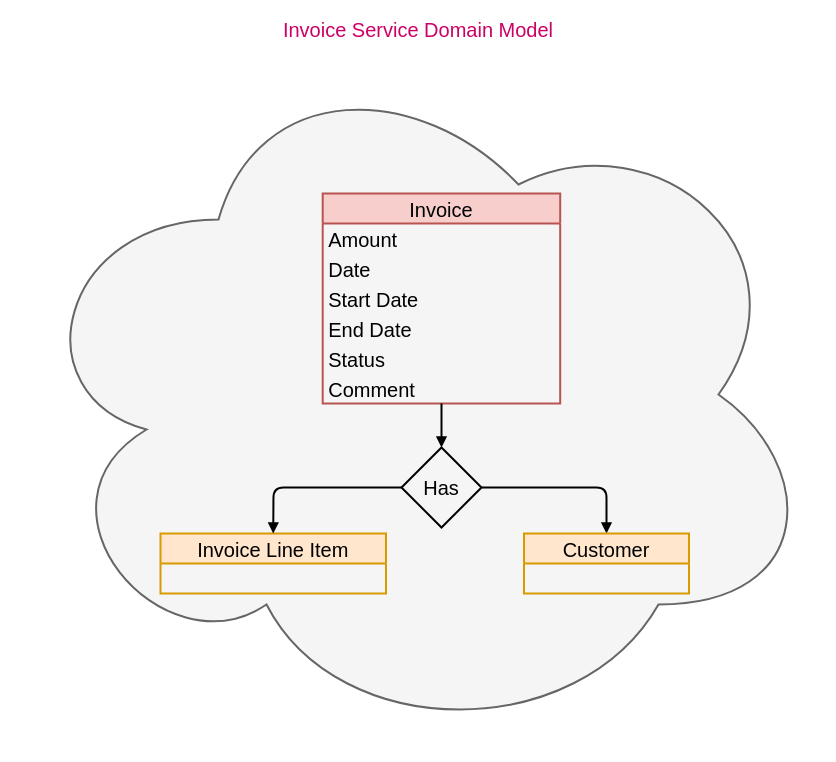
The draw.io diagram docs/diagram/invoice_service_domain_model.drawio in dudhwalas/dudhwala, before the edit. Source tidied: cells renumbered, new cells numbered last; positions are measured from the earlier drawing's top-left corner, leaving out a move shared by most shapes. Both pictures are drawn from the tidied source at 100%, with x=0, y=0 at pixel (18, 44).
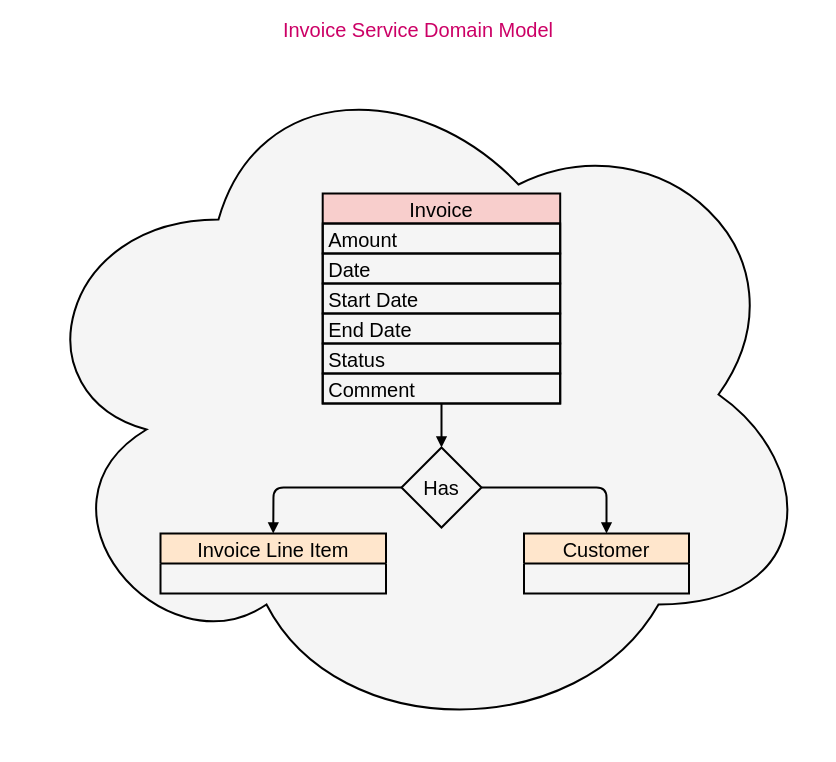
Above is the later version.

The edit, as a diff of the source:
```diff
@@
 <mxGraphModel>
   <root>
     <mxCell id="0" />
     <mxCell id="1" parent="0" />
-    <mxCell id="2" value="Invoice Service Domain Model" style="ellipse;shape=cloud;whiteSpace=wrap;html=1;fillColor=#f5f5f5;fontColor=#CC0066;strokeColor=#666666;strokeWidth=2;labelPosition=center;verticalLabelPosition=top;align=center;verticalAlign=bottom;fontSize=20;" parent="1" vertex="1">
+    <mxCell id="2" value="Invoice Service Domain Model" style="ellipse;shape=cloud;whiteSpace=wrap;html=1;fillColor=#f5f5f5;fontColor=#CC0066;strokeColor=#000000;strokeWidth=2;labelPosition=center;verticalLabelPosition=top;align=center;verticalAlign=bottom;fontSize=20;" parent="1" vertex="1">
       <mxGeometry width="800" height="700" as="geometry" />
     </mxCell>
-    <mxCell id="3" value="Invoice" style="swimlane;fontStyle=0;horizontal=1;startSize=30;fillColor=#f8cecc;strokeColor=#b85450;fontSize=20;strokeWidth=2;" parent="1" vertex="1">
+    <mxCell id="3" value="Invoice" style="swimlane;fontStyle=0;horizontal=1;startSize=30;fillColor=#f8cecc;strokeColor=#000000;fontSize=20;strokeWidth=2;" parent="1" vertex="1">
       <mxGeometry x="304.2" y="149" width="237.5" height="210" as="geometry" />
     </mxCell>
-    <mxCell id="4" value="Amount" style="text;strokeColor=none;fillColor=none;align=left;verticalAlign=middle;spacingLeft=4;spacingRight=4;overflow=hidden;fontSize=20;strokeWidth=2;" parent="3" vertex="1">
+    <mxCell id="4" value="Amount" style="text;strokeColor=#000000;fillColor=none;align=left;verticalAlign=middle;spacingLeft=4;spacingRight=4;overflow=hidden;fontSize=20;strokeWidth=2;" parent="3" vertex="1">
       <mxGeometry y="30" width="237.5" height="30" as="geometry" />
     </mxCell>
-    <mxCell id="5" value="Date" style="text;strokeColor=none;fillColor=none;align=left;verticalAlign=middle;spacingLeft=4;spacingRight=4;overflow=hidden;fontSize=20;strokeWidth=2;" parent="3" vertex="1">
+    <mxCell id="5" value="Date" style="text;strokeColor=#000000;fillColor=none;align=left;verticalAlign=middle;spacingLeft=4;spacingRight=4;overflow=hidden;fontSize=20;strokeWidth=2;" parent="3" vertex="1">
       <mxGeometry y="60" width="237.5" height="30" as="geometry" />
     </mxCell>
-    <mxCell id="6" value="Start Date" style="text;strokeColor=none;fillColor=none;align=left;verticalAlign=middle;spacingLeft=4;spacingRight=4;overflow=hidden;fontSize=20;strokeWidth=2;" parent="3" vertex="1">
+    <mxCell id="6" value="Start Date" style="text;strokeColor=#000000;fillColor=none;align=left;verticalAlign=middle;spacingLeft=4;spacingRight=4;overflow=hidden;fontSize=20;strokeWidth=2;" parent="3" vertex="1">
       <mxGeometry y="90" width="237.5" height="30" as="geometry" />
     </mxCell>
-    <mxCell id="7" value="End Date" style="text;strokeColor=none;fillColor=none;align=left;verticalAlign=middle;spacingLeft=4;spacingRight=4;overflow=hidden;fontSize=20;strokeWidth=2;" parent="3" vertex="1">
+    <mxCell id="7" value="End Date" style="text;strokeColor=#000000;fillColor=none;align=left;verticalAlign=middle;spacingLeft=4;spacingRight=4;overflow=hidden;fontSize=20;strokeWidth=2;" parent="3" vertex="1">
       <mxGeometry y="120" width="237.5" height="30" as="geometry" />
     </mxCell>
-    <mxCell id="8" value="Status" style="text;strokeColor=none;fillColor=none;align=left;verticalAlign=middle;spacingLeft=4;spacingRight=4;overflow=hidden;fontSize=20;strokeWidth=2;" parent="3" vertex="1">
+    <mxCell id="8" value="Status" style="text;strokeColor=#000000;fillColor=none;align=left;verticalAlign=middle;spacingLeft=4;spacingRight=4;overflow=hidden;fontSize=20;strokeWidth=2;" parent="3" vertex="1">
       <mxGeometry y="150" width="237.5" height="30" as="geometry" />
     </mxCell>
-    <mxCell id="9" value="Comment" style="text;strokeColor=none;fillColor=none;align=left;verticalAlign=middle;spacingLeft=4;spacingRight=4;overflow=hidden;fontSize=20;strokeWidth=2;" parent="3" vertex="1">
+    <mxCell id="9" value="Comment" style="text;strokeColor=#000000;fillColor=none;align=left;verticalAlign=middle;spacingLeft=4;spacingRight=4;overflow=hidden;fontSize=20;strokeWidth=2;" parent="3" vertex="1">
       <mxGeometry y="180" width="237.5" height="30" as="geometry" />
     </mxCell>
-    <mxCell id="10" value="Invoice Line Item" style="swimlane;fontStyle=0;horizontal=1;startSize=30;fillColor=#ffe6cc;strokeColor=#d79b00;fontSize=20;strokeWidth=2;" parent="1" vertex="1">
+    <mxCell id="10" value="Invoice Line Item" style="swimlane;fontStyle=0;horizontal=1;startSize=30;fillColor=#ffe6cc;strokeColor=#000000;fontSize=20;strokeWidth=2;" parent="1" vertex="1">
       <mxGeometry x="142" y="489" width="225.5" height="60" as="geometry" />
     </mxCell>
-    <mxCell id="11" style="edgeStyle=none;html=1;exitX=1;exitY=0.5;exitDx=0;exitDy=0;entryX=0.5;entryY=0;entryDx=0;entryDy=0;endArrow=block;endFill=1;strokeWidth=2;" parent="1" edge="1" source="12" target="15">
+    <mxCell id="11" style="edgeStyle=none;html=1;exitX=1;exitY=0.5;exitDx=0;exitDy=0;entryX=0.5;entryY=0;entryDx=0;entryDy=0;endArrow=block;endFill=1;strokeWidth=2;strokeColor=#000000;" parent="1" edge="1" source="12" target="15">
       <mxGeometry relative="1" as="geometry">
         <Array as="points">
           <mxPoint x="588" y="443" />
         </Array>
       </mxGeometry>
     </mxCell>
-    <mxCell id="12" value="Has" style="rhombus;whiteSpace=wrap;html=1;fontSize=20;fillColor=none;strokeWidth=2;" parent="1" vertex="1">
+    <mxCell id="12" value="Has" style="rhombus;whiteSpace=wrap;html=1;fontSize=20;fillColor=none;strokeWidth=2;strokeColor=#000000;" parent="1" vertex="1">
       <mxGeometry x="383" y="403" width="80" height="80" as="geometry" />
     </mxCell>
-    <mxCell id="13" style="edgeStyle=none;html=1;entryX=0.5;entryY=0;entryDx=0;entryDy=0;fontSize=20;endArrow=block;endFill=1;strokeWidth=2;" parent="1" edge="1" target="12">
+    <mxCell id="13" style="edgeStyle=none;html=1;entryX=0.5;entryY=0;entryDx=0;entryDy=0;fontSize=20;endArrow=block;endFill=1;strokeWidth=2;strokeColor=#000000;" parent="1" edge="1" target="12">
       <mxGeometry relative="1" as="geometry">
         <mxPoint x="423" y="359" as="sourcePoint" />
       </mxGeometry>
     </mxCell>
-    <mxCell id="14" style="edgeStyle=none;html=1;entryX=0.5;entryY=0;entryDx=0;entryDy=0;fontSize=20;endArrow=block;endFill=1;strokeWidth=2;exitX=0;exitY=0.5;exitDx=0;exitDy=0;" parent="1" edge="1" source="12" target="10">
+    <mxCell id="14" style="edgeStyle=none;html=1;entryX=0.5;entryY=0;entryDx=0;entryDy=0;fontSize=20;endArrow=block;endFill=1;strokeWidth=2;exitX=0;exitY=0.5;exitDx=0;exitDy=0;strokeColor=#000000;" parent="1" edge="1" source="12" target="10">
       <mxGeometry relative="1" as="geometry">
         <Array as="points">
           <mxPoint x="255" y="443" />
         </Array>
       </mxGeometry>
     </mxCell>
-    <mxCell id="15" value="Customer" style="swimlane;fontStyle=0;horizontal=1;startSize=30;fillColor=#ffe6cc;strokeColor=#d79b00;fontSize=20;strokeWidth=2;" parent="1" vertex="1">
+    <mxCell id="15" value="Customer" style="swimlane;fontStyle=0;horizontal=1;startSize=30;fillColor=#ffe6cc;strokeColor=#000000;fontSize=20;strokeWidth=2;" parent="1" vertex="1">
       <mxGeometry x="505.5" y="489" width="165" height="60" as="geometry" />
     </mxCell>
   </root>
 </mxGraphModel>
```
